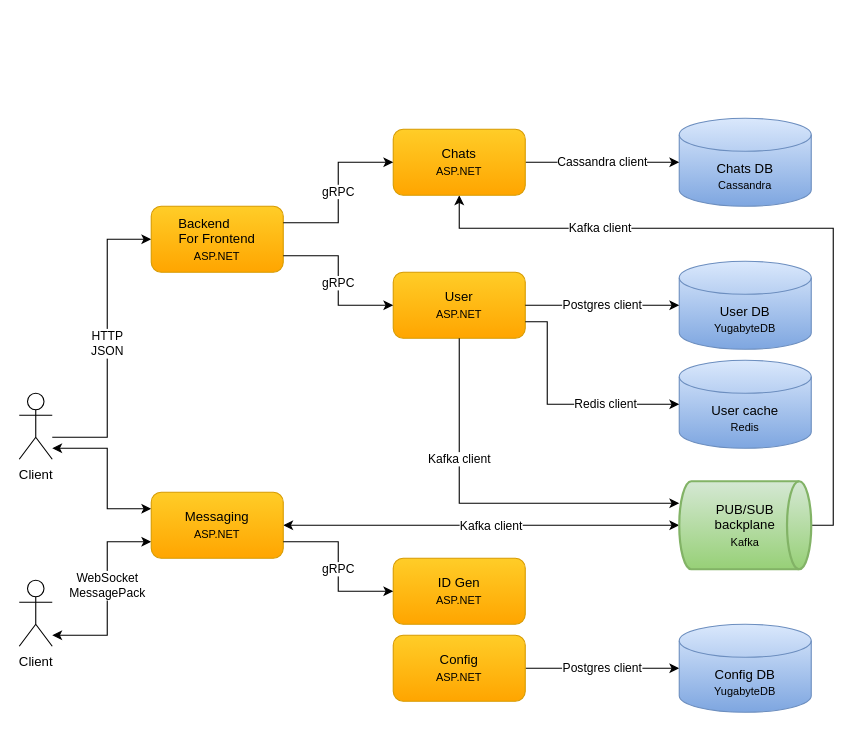
cvetomir-todorov/CecoChat keeps this draw.io diagram as docs/diagrams/cecochat-technologies.drawio. Above is the earlier version. Source tidied: cells renumbered, new cells numbered last; positions are measured from the earlier drawing's top-left corner, leaving out a move shared by most shapes. Both pictures are drawn from the tidied source at 110%, with x=0, y=0 at pixel (19, 118).
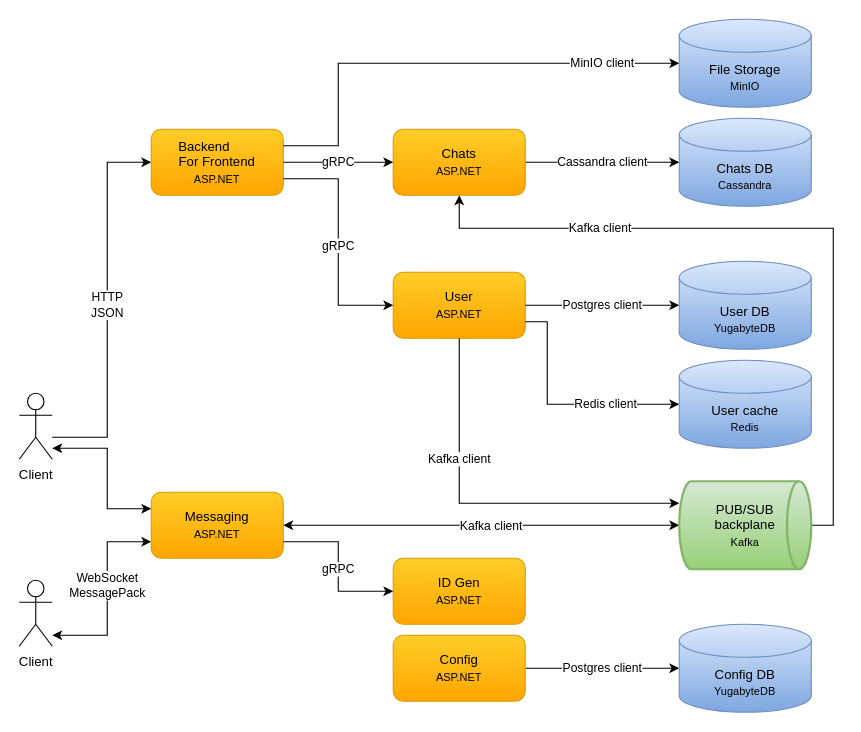
The same page after the edit.

Commit message (it also covers changes not shown here):
Update diagrams and diagram images to include file storage and related operations

Unchanged cells that the change refers to:
```xml
<mxCell id="4" value="Client" style="shape=umlActor;verticalLabelPosition=bottom;verticalAlign=top;html=1;outlineConnect=0;" parent="1" vertex="1">
  <mxGeometry y="250" width="30" height="60" as="geometry" />
</mxCell>
<mxCell id="16" value="Chats&lt;br style=&quot;border-color: var(--border-color);&quot;&gt;&lt;font style=&quot;border-color: var(--border-color); font-size: 10px;&quot;&gt;ASP.NET&lt;/font&gt;" style="rounded=1;whiteSpace=wrap;html=1;gradientColor=#ffa500;fillColor=#ffcd28;strokeColor=#d79b00;" parent="1" vertex="1">
  <mxGeometry x="340" y="10" width="120" height="60" as="geometry" />
</mxCell>
<mxCell id="21" value="User&lt;br style=&quot;border-color: var(--border-color);&quot;&gt;&lt;font style=&quot;border-color: var(--border-color); font-size: 10px;&quot;&gt;ASP.NET&lt;/font&gt;" style="rounded=1;whiteSpace=wrap;html=1;gradientColor=#ffa500;fillColor=#ffcd28;strokeColor=#d79b00;" parent="1" vertex="1">
  <mxGeometry x="340" y="140" width="120" height="60" as="geometry" />
</mxCell>
```

Diff of the diagram source:
```diff
@@
     <mxCell id="3" value="HTTP&lt;br style=&quot;border-color: var(--border-color);&quot;&gt;JSON" style="edgeStyle=orthogonalEdgeStyle;rounded=0;jettySize=auto;html=1;entryX=0;entryY=0.5;entryDx=0;entryDy=0;" parent="1" edge="1" source="4" target="19">
       <mxGeometry relative="1" as="geometry">
         <Array as="points">
           <mxPoint x="80" y="290" />
-          <mxPoint x="80" y="110" />
+          <mxPoint x="80" y="40" />
         </Array>
       </mxGeometry>
     </mxCell>
@@
     <mxCell id="19" value="Backend&amp;nbsp; &amp;nbsp; &amp;nbsp; &amp;nbsp;&lt;br style=&quot;border-color: var(--border-color);&quot;&gt;For Frontend&lt;br style=&quot;border-color: var(--border-color);&quot;&gt;&lt;font style=&quot;border-color: var(--border-color); font-size: 10px;&quot;&gt;ASP.NET&lt;/font&gt;" style="rounded=1;whiteSpace=wrap;html=1;gradientColor=#ffa500;fillColor=#ffcd28;strokeColor=#d79b00;" parent="1" vertex="1">
-      <mxGeometry x="120" y="80" width="120" height="60" as="geometry" />
+      <mxGeometry x="120" y="10" width="120" height="60" as="geometry" />
     </mxCell>
-    <mxCell id="20" value="gRPC" style="endArrow=classic;html=1;exitX=1;exitY=0.25;exitDx=0;exitDy=0;entryX=0;entryY=0.5;entryDx=0;entryDy=0;rounded=0;edgeStyle=orthogonalEdgeStyle;" parent="1" edge="1" source="19" target="16">
+    <mxCell id="20" value="gRPC" style="endArrow=classic;html=1;exitX=1;exitY=0.5;exitDx=0;exitDy=0;entryX=0;entryY=0.5;entryDx=0;entryDy=0;rounded=0;edgeStyle=orthogonalEdgeStyle;" parent="1" edge="1" source="19" target="16">
       <mxGeometry relative="1" as="geometry">
         <Array as="points">
-          <mxPoint x="290" y="95" />
-          <mxPoint x="290" y="40" />
+          <mxPoint x="270" y="40" />
+          <mxPoint x="270" y="40" />
         </Array>
       </mxGeometry>
     </mxCell>
@@
     <mxCell id="24" value="&lt;span style=&quot;color: rgb(0, 0, 0); font-family: Helvetica; font-size: 11px; font-style: normal; font-variant-ligatures: normal; font-variant-caps: normal; font-weight: 400; letter-spacing: normal; orphans: 2; text-align: center; text-indent: 0px; text-transform: none; widows: 2; word-spacing: 0px; -webkit-text-stroke-width: 0px; background-color: rgb(255, 255, 255); text-decoration-thickness: initial; text-decoration-style: initial; text-decoration-color: initial; float: none; display: inline !important;&quot;&gt;gRPC&lt;/span&gt;" style="endArrow=classic;html=1;entryX=0;entryY=0.5;entryDx=0;entryDy=0;exitX=1;exitY=0.75;exitDx=0;exitDy=0;rounded=0;edgeStyle=orthogonalEdgeStyle;" parent="1" edge="1" source="19" target="21">
       <mxGeometry x="0.03" relative="1" as="geometry">
         <Array as="points">
-          <mxPoint x="290" y="125" />
+          <mxPoint x="290" y="55" />
           <mxPoint x="290" y="170" />
         </Array>
       </mxGeometry>
     </mxCell>
@@
+    <mxCell id="28" value="File Storage&lt;br style=&quot;border-color: var(--border-color);&quot;&gt;&lt;font style=&quot;border-color: var(--border-color); font-size: 10px;&quot;&gt;MinIO&lt;/font&gt;" style="shape=cylinder3;whiteSpace=wrap;html=1;boundedLbl=1;backgroundOutline=1;size=15;gradientColor=#7ea6e0;fillColor=#dae8fc;strokeColor=#6c8ebf;" parent="1" vertex="1">
+      <mxGeometry x="600" y="-90" width="120" height="80" as="geometry" />
+    </mxCell>
+    <mxCell id="29" value="MinIO client" style="edgeStyle=orthogonalEdgeStyle;rounded=0;jettySize=auto;html=1;entryX=0;entryY=0.5;entryDx=0;entryDy=0;entryPerimeter=0;exitX=1;exitY=0.25;exitDx=0;exitDy=0;" parent="1" edge="1" source="19" target="28">
+      <mxGeometry x="0.68" relative="1" as="geometry">
+        <Array as="points">
+          <mxPoint x="290" y="25" />
+          <mxPoint x="290" y="-50" />
+        </Array>
+      </mxGeometry>
+    </mxCell>
```
